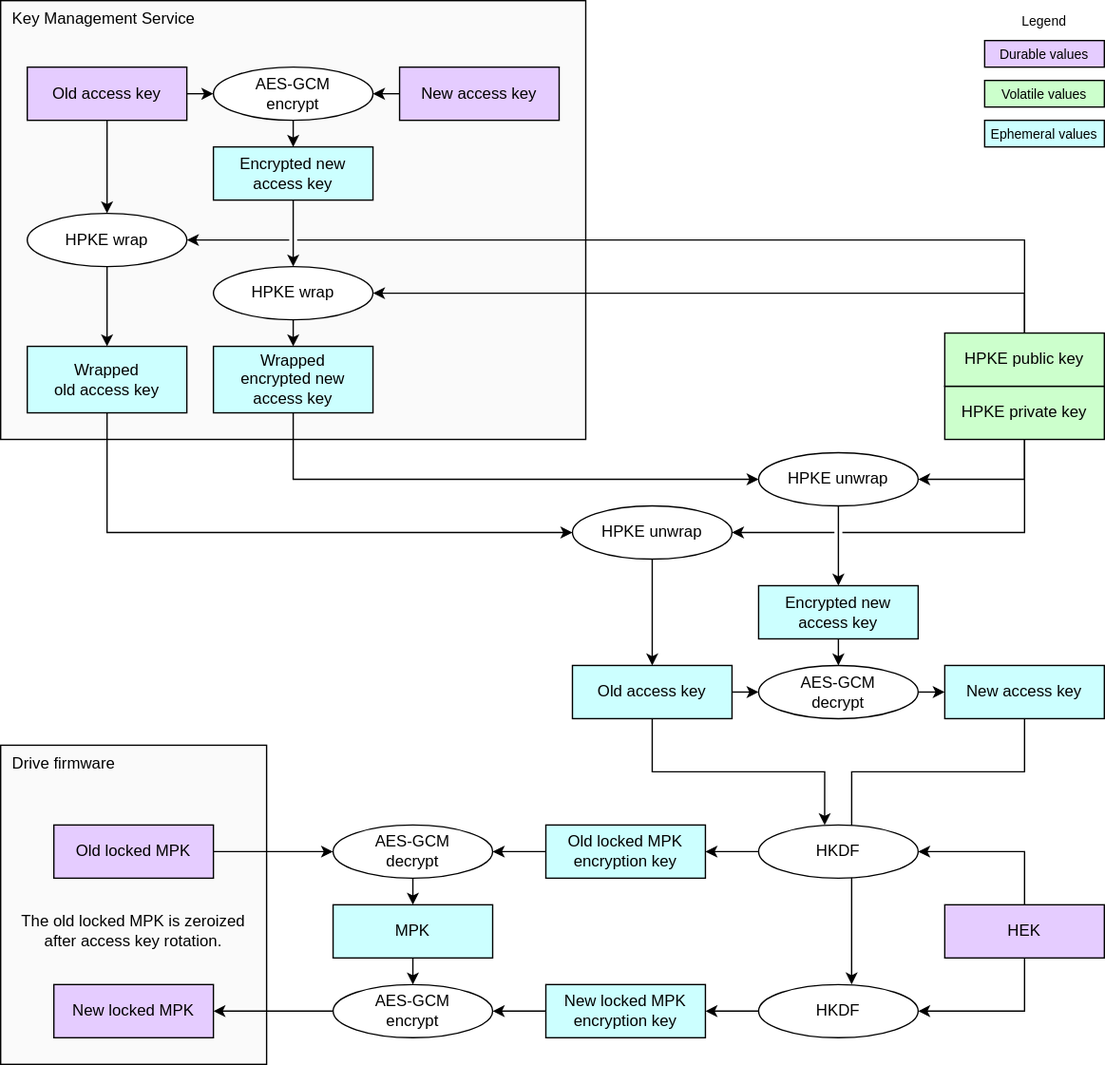
The draw.io diagram doc/ocp_lock/diagrams/mpk_access_key_rotation.drawio.svg in chipsalliance/Caliptra, before a commit. Source tidied: cells renumbered, new cells last; positions are measured from the earlier drawing's top-left corner, leaving out a move shared by most shapes.
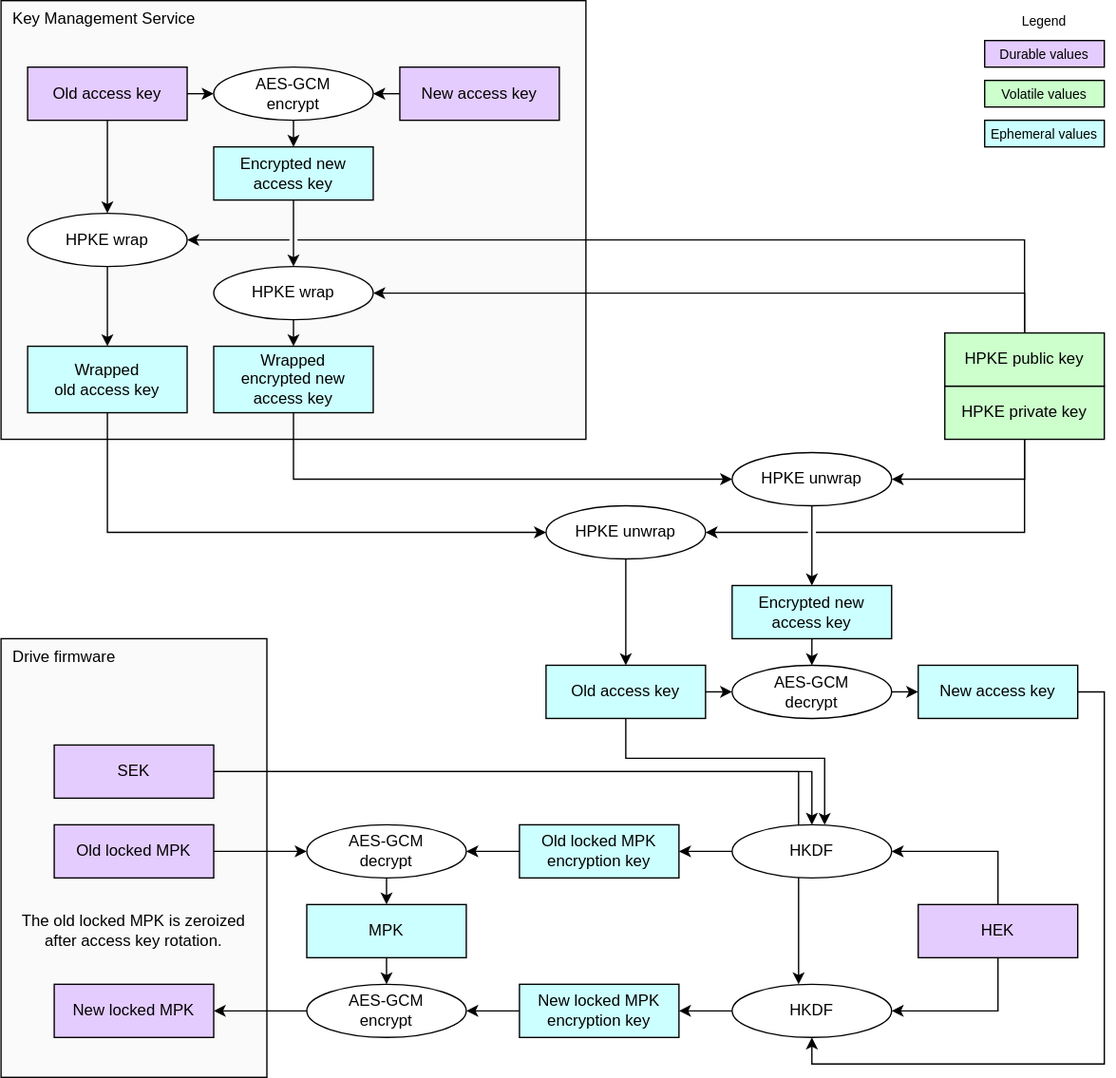
The same diagram one commit later.

Change to the diagram source:
```diff
@@ -6,19 +6,19 @@
       <mxGeometry width="440" height="330" as="geometry" />
     </mxCell>
     <mxCell id="3" value="Drive firmware" style="rounded=0;whiteSpace=wrap;html=1;fillColor=#FAFAFA;strokeColor=#000000;align=left;verticalAlign=top;spacingLeft=7;" parent="1" vertex="1">
-      <mxGeometry y="560" width="200" height="240" as="geometry" />
+      <mxGeometry y="480" width="200" height="330" as="geometry" />
     </mxCell>
     <mxCell id="4" value="&lt;div&gt;&lt;font color=&quot;#000000&quot;&gt;Old locked MPK&lt;/font&gt;&lt;/div&gt;" style="rounded=0;whiteSpace=wrap;html=1;align=center;verticalAlign=middle;shadow=0;glass=0;spacingLeft=0;spacingBottom=0;spacingTop=0;fillColor=#E5CCFF;" parent="1" vertex="1">
       <mxGeometry x="40" y="620" width="120" height="40" as="geometry" />
     </mxCell>
     <mxCell id="5" value="&lt;div&gt;&lt;font color=&quot;#000000&quot;&gt;HEK&lt;/font&gt;&lt;/div&gt;" style="rounded=0;whiteSpace=wrap;html=1;align=center;verticalAlign=middle;shadow=0;glass=0;spacingLeft=0;spacingBottom=0;spacingTop=0;fillColor=#E5CCFF;" parent="1" vertex="1">
-      <mxGeometry x="710" y="680" width="120" height="40" as="geometry" />
+      <mxGeometry x="690" y="680" width="120" height="40" as="geometry" />
     </mxCell>
     <mxCell id="6" value="&lt;div&gt;&lt;font color=&quot;#000000&quot;&gt;Old locked MPK encryption key&lt;/font&gt;&lt;/div&gt;" style="rounded=0;whiteSpace=wrap;html=1;align=center;verticalAlign=middle;shadow=0;glass=0;spacingLeft=0;spacingBottom=0;spacingTop=0;fillColor=#CCFFFF;" parent="1" vertex="1">
-      <mxGeometry x="410" y="620" width="120" height="40" as="geometry" />
+      <mxGeometry x="390" y="620" width="120" height="40" as="geometry" />
     </mxCell>
     <mxCell id="7" value="AES-GCM&lt;div&gt;decrypt&lt;/div&gt;" style="ellipse;whiteSpace=wrap;html=1;fillColor=#FFFFFF;" parent="1" vertex="1">
-      <mxGeometry x="250" y="620" width="120" height="40" as="geometry" />
+      <mxGeometry x="230" y="620" width="120" height="40" as="geometry" />
     </mxCell>
     <mxCell id="8" style="endArrow=none;html=1;exitX=0;exitY=0.5;exitDx=0;exitDy=0;entryX=1;entryY=0.5;entryDx=0;entryDy=0;startArrow=classic;startFill=1;endFill=0;endSize=6;startSize=6;" parent="1" edge="1" source="7" target="4">
       <mxGeometry relative="1" as="geometry" />
@@ -26,27 +26,17 @@
     <mxCell id="9" style="endArrow=classic;html=1;exitX=0;exitY=0.5;exitDx=0;exitDy=0;entryX=1;entryY=0.5;entryDx=0;entryDy=0;" parent="1" edge="1" source="6" target="7">
       <mxGeometry relative="1" as="geometry" />
     </mxCell>
-    <mxCell id="10" style="endArrow=classic;html=1;exitX=0;exitY=0.5;exitDx=0;exitDy=0;entryX=1;entryY=0.5;entryDx=0;entryDy=0;" parent="1" edge="1" source="55" target="6">
-      <mxGeometry relative="1" as="geometry" />
-    </mxCell>
     <mxCell id="11" value="&lt;div&gt;&lt;font color=&quot;#000000&quot;&gt;MPK&lt;/font&gt;&lt;/div&gt;" style="rounded=0;whiteSpace=wrap;html=1;align=center;verticalAlign=middle;shadow=0;glass=0;spacingLeft=0;spacingBottom=0;spacingTop=0;fillColor=#CCFFFF;" parent="1" vertex="1">
-      <mxGeometry x="250" y="680" width="120" height="40" as="geometry" />
+      <mxGeometry x="230" y="680" width="120" height="40" as="geometry" />
     </mxCell>
     <mxCell id="12" style="endArrow=none;html=1;exitX=0.5;exitY=0;exitDx=0;exitDy=0;entryX=0.5;entryY=1;entryDx=0;entryDy=0;startArrow=classic;startFill=1;endFill=0;" parent="1" edge="1" source="11" target="7">
       <mxGeometry relative="1" as="geometry" />
     </mxCell>
-    <mxCell id="13" style="edgeStyle=segmentEdgeStyle;endArrow=classic;html=1;curved=0;rounded=0;endSize=6;startSize=6;entryX=1;entryY=0.5;entryDx=0;entryDy=0;exitX=0.5;exitY=0;exitDx=0;exitDy=0;" parent="1" edge="1" source="5" target="55">
-      <mxGeometry relative="1" as="geometry">
-        <Array as="points">
-          <mxPoint x="770" y="640" />
-        </Array>
-      </mxGeometry>
-    </mxCell>
     <mxCell id="14" value="&lt;div&gt;&lt;font color=&quot;#000000&quot;&gt;HPKE private key&lt;/font&gt;&lt;/div&gt;" style="rounded=0;whiteSpace=wrap;html=1;align=center;verticalAlign=middle;shadow=0;glass=0;spacingLeft=0;spacingBottom=0;spacingTop=0;fillColor=#CCFFCC;" parent="1" vertex="1">
       <mxGeometry x="710" y="290" width="120" height="40" as="geometry" />
     </mxCell>
     <mxCell id="15" value="HPKE unwrap" style="ellipse;whiteSpace=wrap;html=1;fillColor=#FFFFFF;" parent="1" vertex="1">
-      <mxGeometry x="570" y="340" width="120" height="40" as="geometry" />
+      <mxGeometry x="550" y="340" width="120" height="40" as="geometry" />
     </mxCell>
     <mxCell id="16" style="edgeStyle=segmentEdgeStyle;endArrow=classic;html=1;curved=0;rounded=0;endSize=6;startSize=6;exitX=0.5;exitY=1;exitDx=0;exitDy=0;entryX=1;entryY=0.5;entryDx=0;entryDy=0;" parent="1" edge="1" source="14" target="15">
       <mxGeometry relative="1" as="geometry">
@@ -71,10 +61,10 @@
       <mxGeometry x="755" width="60" height="30" as="geometry" />
     </mxCell>
     <mxCell id="22" value="&lt;div&gt;&lt;font color=&quot;#000000&quot;&gt;New locked MPK encryption key&lt;/font&gt;&lt;/div&gt;" style="rounded=0;whiteSpace=wrap;html=1;align=center;verticalAlign=middle;shadow=0;glass=0;spacingLeft=0;spacingBottom=0;spacingTop=0;fillColor=#CCFFFF;" parent="1" vertex="1">
-      <mxGeometry x="410" y="740" width="120" height="40" as="geometry" />
+      <mxGeometry x="390" y="740" width="120" height="40" as="geometry" />
     </mxCell>
     <mxCell id="23" value="AES-GCM&lt;div&gt;encrypt&lt;/div&gt;" style="ellipse;whiteSpace=wrap;html=1;fillColor=#FFFFFF;" parent="1" vertex="1">
-      <mxGeometry x="250" y="740" width="120" height="40" as="geometry" />
+      <mxGeometry x="230" y="740" width="120" height="40" as="geometry" />
     </mxCell>
     <mxCell id="24" style="endArrow=classic;html=1;exitX=0;exitY=0.5;exitDx=0;exitDy=0;entryX=1;entryY=0.5;entryDx=0;entryDy=0;" parent="1" edge="1" source="22" target="23">
       <mxGeometry relative="1" as="geometry" />
@@ -91,7 +81,7 @@
     <mxCell id="28" style="edgeStyle=segmentEdgeStyle;endArrow=classic;html=1;curved=0;rounded=0;endSize=6;startSize=6;entryX=1;entryY=0.5;entryDx=0;entryDy=0;exitX=0.5;exitY=1;exitDx=0;exitDy=0;" parent="1" edge="1" source="5" target="30">
       <mxGeometry relative="1" as="geometry">
         <Array as="points">
-          <mxPoint x="770" y="760" />
+          <mxPoint x="750" y="760" />
         </Array>
       </mxGeometry>
     </mxCell>
@@ -99,7 +89,7 @@
       <mxGeometry relative="1" as="geometry" />
     </mxCell>
     <mxCell id="30" value="HKDF" style="ellipse;whiteSpace=wrap;html=1;fillColor=#FFFFFF;" parent="1" vertex="1">
-      <mxGeometry x="570" y="740" width="120" height="40" as="geometry" />
+      <mxGeometry x="550" y="740" width="120" height="40" as="geometry" />
     </mxCell>
     <mxCell id="31" value="HPKE wrap" style="ellipse;whiteSpace=wrap;html=1;fillColor=#FFFFFF;" parent="1" vertex="1">
       <mxGeometry x="20" y="160" width="120" height="40" as="geometry" />
@@ -114,7 +104,7 @@
       <mxGeometry relative="1" as="geometry" />
     </mxCell>
     <mxCell id="35" value="HPKE unwrap" style="ellipse;whiteSpace=wrap;html=1;fillColor=#FFFFFF;" parent="1" vertex="1">
-      <mxGeometry x="430" y="380" width="120" height="40" as="geometry" />
+      <mxGeometry x="410" y="380" width="120" height="40" as="geometry" />
     </mxCell>
     <mxCell id="36" value="AES-GCM&lt;div&gt;encrypt&lt;/div&gt;" style="ellipse;whiteSpace=wrap;html=1;fillColor=#FFFFFF;" parent="1" vertex="1">
       <mxGeometry x="160" y="50" width="120" height="40" as="geometry" />
@@ -145,10 +135,10 @@
       <mxGeometry x="300" y="50" width="120" height="40" as="geometry" />
     </mxCell>
     <mxCell id="44" value="&lt;div&gt;&lt;font color=&quot;#000000&quot;&gt;Old access key&lt;/font&gt;&lt;/div&gt;" style="rounded=0;whiteSpace=wrap;html=1;align=center;verticalAlign=middle;shadow=0;glass=0;spacingLeft=0;spacingBottom=0;spacingTop=0;fillColor=#CCFFFF;" parent="1" vertex="1">
-      <mxGeometry x="430" y="500" width="120" height="40" as="geometry" />
+      <mxGeometry x="410" y="500" width="120" height="40" as="geometry" />
     </mxCell>
     <mxCell id="45" value="AES-GCM&lt;div&gt;decrypt&lt;/div&gt;" style="ellipse;whiteSpace=wrap;html=1;fillColor=#FFFFFF;" parent="1" vertex="1">
-      <mxGeometry x="570" y="500" width="120" height="40" as="geometry" />
+      <mxGeometry x="550" y="500" width="120" height="40" as="geometry" />
     </mxCell>
     <mxCell id="46" style="edgeStyle=segmentEdgeStyle;endArrow=classic;html=1;curved=0;rounded=0;endSize=6;startSize=6;exitX=0.5;exitY=1;exitDx=0;exitDy=0;entryX=0.5;entryY=0;entryDx=0;entryDy=0;" parent="1" edge="1" source="35" target="44">
       <mxGeometry relative="1" as="geometry" />
@@ -174,30 +164,20 @@
       <mxGeometry relative="1" as="geometry" />
     </mxCell>
     <mxCell id="51" value="&lt;div&gt;&lt;font color=&quot;#000000&quot;&gt;New access key&lt;/font&gt;&lt;/div&gt;" style="rounded=0;whiteSpace=wrap;html=1;align=center;verticalAlign=middle;shadow=0;glass=0;spacingLeft=0;spacingBottom=0;spacingTop=0;fillColor=#CCFFFF;" parent="1" vertex="1">
-      <mxGeometry x="710" y="500" width="120" height="40" as="geometry" />
+      <mxGeometry x="690" y="500" width="120" height="40" as="geometry" />
     </mxCell>
     <mxCell id="52" style="edgeStyle=segmentEdgeStyle;endArrow=classic;html=1;curved=0;rounded=0;endSize=6;startSize=6;exitX=1;exitY=0.5;exitDx=0;exitDy=0;entryX=0;entryY=0.5;entryDx=0;entryDy=0;" parent="1" edge="1" source="45" target="51">
       <mxGeometry relative="1" as="geometry" />
     </mxCell>
-    <mxCell id="53" style="edgeStyle=segmentEdgeStyle;endArrow=classic;html=1;curved=0;rounded=0;endSize=6;startSize=6;exitX=0.5;exitY=1;exitDx=0;exitDy=0;entryX=0.583;entryY=-0.002;entryDx=0;entryDy=0;entryPerimeter=0;" parent="1" edge="1" source="51" target="30">
+    <mxCell id="53" style="edgeStyle=orthogonalEdgeStyle;endArrow=classic;html=1;rounded=0;endSize=6;startSize=6;exitX=1;exitY=0.5;exitDx=0;exitDy=0;entryX=0.5;entryY=1;entryDx=0;entryDy=0;" parent="1" edge="1" source="51" target="30">
       <mxGeometry relative="1" as="geometry">
         <Array as="points">
-          <mxPoint x="770" y="580" />
-          <mxPoint x="640" y="580" />
+          <mxPoint x="830" y="520" />
+          <mxPoint x="830" y="800" />
+          <mxPoint x="610" y="800" />
         </Array>
       </mxGeometry>
     </mxCell>
-    <mxCell id="54" style="edgeStyle=segmentEdgeStyle;endArrow=classic;html=1;curved=0;rounded=0;endSize=6;startSize=6;exitX=0.5;exitY=1;exitDx=0;exitDy=0;entryX=0.414;entryY=0.003;entryDx=0;entryDy=0;entryPerimeter=0;" parent="1" edge="1" source="44" target="55">
-      <mxGeometry relative="1" as="geometry">
-        <Array as="points">
-          <mxPoint x="490" y="580" />
-          <mxPoint x="620" y="580" />
-        </Array>
-      </mxGeometry>
-    </mxCell>
-    <mxCell id="55" value="HKDF" style="ellipse;whiteSpace=wrap;html=1;fillColor=#FFFFFF;" parent="1" vertex="1">
-      <mxGeometry x="570" y="620" width="120" height="40" as="geometry" />
-    </mxCell>
     <mxCell id="56" value="&lt;div&gt;&lt;font color=&quot;#000000&quot;&gt;Encrypted new access key&lt;/font&gt;&lt;/div&gt;" style="rounded=0;whiteSpace=wrap;html=1;align=center;verticalAlign=middle;shadow=0;glass=0;spacingLeft=0;spacingBottom=0;spacingTop=0;fillColor=#CCFFFF;" parent="1" vertex="1">
       <mxGeometry x="160" y="110" width="120" height="40" as="geometry" />
     </mxCell>
@@ -205,7 +185,7 @@
       <mxGeometry relative="1" as="geometry" />
     </mxCell>
     <mxCell id="58" value="&lt;div&gt;&lt;font color=&quot;#000000&quot;&gt;Encrypted new access key&lt;/font&gt;&lt;/div&gt;" style="rounded=0;whiteSpace=wrap;html=1;align=center;verticalAlign=middle;shadow=0;glass=0;spacingLeft=0;spacingBottom=0;spacingTop=0;fillColor=#CCFFFF;" parent="1" vertex="1">
-      <mxGeometry x="570" y="440" width="120" height="40" as="geometry" />
+      <mxGeometry x="550" y="440" width="120" height="40" as="geometry" />
     </mxCell>
     <mxCell id="59" style="edgeStyle=segmentEdgeStyle;endArrow=classic;html=1;curved=0;rounded=0;endSize=6;startSize=6;entryX=0.5;entryY=0;entryDx=0;entryDy=0;exitX=0.5;exitY=1;exitDx=0;exitDy=0;jumpStyle=none;" parent="1" edge="1" source="15" target="58">
       <mxGeometry relative="1" as="geometry" />
@@ -233,5 +213,41 @@
         </Array>
       </mxGeometry>
     </mxCell>
+    <mxCell id="65" value="&lt;div&gt;&lt;font color=&quot;#000000&quot;&gt;SEK&lt;/font&gt;&lt;/div&gt;" style="rounded=0;whiteSpace=wrap;html=1;align=center;verticalAlign=middle;shadow=0;glass=0;spacingLeft=0;spacingBottom=0;spacingTop=0;fillColor=#E5CCFF;" parent="1" vertex="1">
+      <mxGeometry x="40" y="560" width="120" height="40" as="geometry" />
+    </mxCell>
+    <mxCell id="66" style="edgeStyle=orthogonalEdgeStyle;endArrow=classic;html=1;rounded=0;endSize=6;startSize=6;exitX=1;exitY=0.5;exitDx=0;exitDy=0;entryX=0.5;entryY=0;entryDx=0;entryDy=0;" parent="1" edge="1" source="65" target="55">
+      <mxGeometry relative="1" as="geometry" />
+    </mxCell>
+    <mxCell id="67" style="edgeStyle=orthogonalEdgeStyle;endArrow=classic;html=1;rounded=0;endSize=6;startSize=6;exitX=1;exitY=0.5;exitDx=0;exitDy=0;jumpStyle=gap;" parent="1" edge="1" source="65">
+      <mxGeometry relative="1" as="geometry">
+        <mxPoint x="600" y="740" as="targetPoint" />
+        <Array as="points">
+          <mxPoint x="600" y="580" />
+        </Array>
+      </mxGeometry>
+    </mxCell>
+    <mxCell id="10" style="endArrow=classic;html=1;exitX=0;exitY=0.5;exitDx=0;exitDy=0;entryX=1;entryY=0.5;entryDx=0;entryDy=0;jumpStyle=gap;" parent="1" edge="1" source="55" target="6">
+      <mxGeometry relative="1" as="geometry" />
+    </mxCell>
+    <mxCell id="13" style="edgeStyle=segmentEdgeStyle;endArrow=classic;html=1;curved=0;rounded=0;endSize=6;startSize=6;entryX=1;entryY=0.5;entryDx=0;entryDy=0;exitX=0.5;exitY=0;exitDx=0;exitDy=0;jumpStyle=gap;" parent="1" edge="1" source="5" target="55">
+      <mxGeometry relative="1" as="geometry">
+        <Array as="points">
+          <mxPoint x="750" y="640" />
+        </Array>
+      </mxGeometry>
+    </mxCell>
+    <mxCell id="54" style="edgeStyle=segmentEdgeStyle;endArrow=classic;html=1;curved=0;rounded=0;endSize=6;startSize=6;exitX=0.5;exitY=1;exitDx=0;exitDy=0;entryX=0.58;entryY=0.004;entryDx=0;entryDy=0;jumpStyle=gap;entryPerimeter=0;" parent="1" edge="1" source="44" target="55">
+      <mxGeometry relative="1" as="geometry">
+        <Array as="points">
+          <mxPoint x="470" y="570" />
+          <mxPoint x="620" y="570" />
+          <mxPoint x="620" y="620" />
+        </Array>
+      </mxGeometry>
+    </mxCell>
+    <mxCell id="55" value="HKDF" style="ellipse;whiteSpace=wrap;html=1;fillColor=#FFFFFF;" parent="1" vertex="1">
+      <mxGeometry x="550" y="620" width="120" height="40" as="geometry" />
+    </mxCell>
   </root>
 </mxGraphModel>
```
